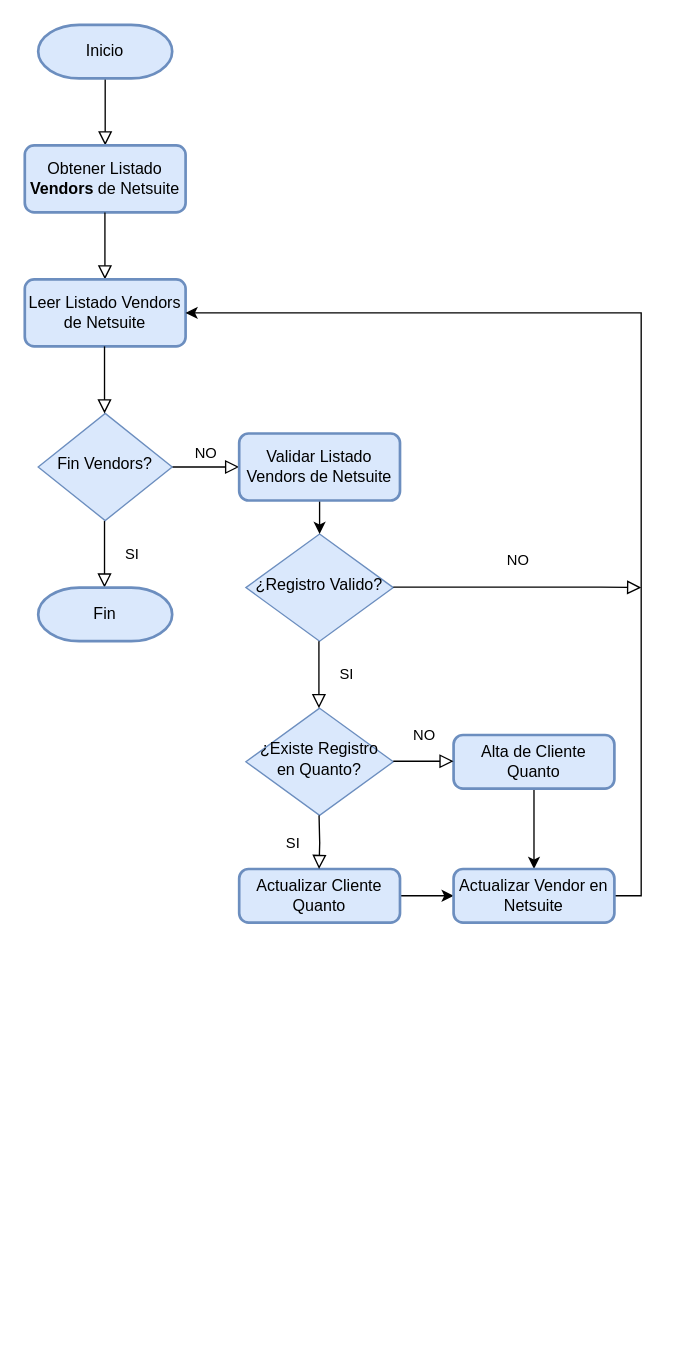
Before: page "Proveedores" (1 of 4) of Interfaz Clientes Quanto.drawio in evasquezm87/Diagramas, a draw.io diagram. Source tidied: cells renumbered, new cells numbered last; positions are measured from the earlier drawing's top-left corner, leaving out a move shared by most shapes. Both pictures are drawn from the tidied source at 134%, with x=0, y=0 at pixel (24, 24).
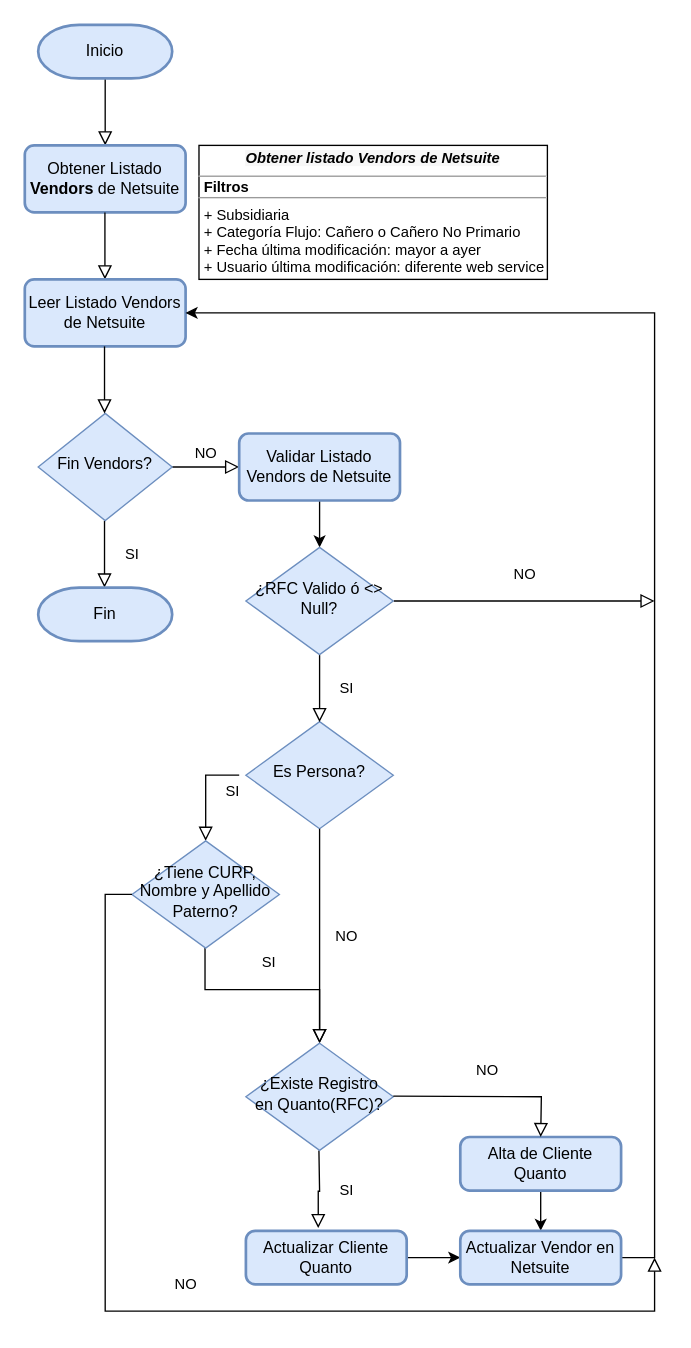
After the change.

Unchanged cells that the change refers to:
```xml
<mxCell id="18" value="Leer Listado Vendors de Netsuite" style="rounded=1;whiteSpace=wrap;html=1;absoluteArcSize=1;arcSize=14;strokeWidth=2;fillColor=#dae8fc;strokeColor=#6c8ebf;" parent="1" vertex="1">
  <mxGeometry y="190" width="120" height="50" as="geometry" />
</mxCell>
<mxCell id="21" value="Validar Listado Vendors de Netsuite" style="rounded=1;whiteSpace=wrap;html=1;absoluteArcSize=1;arcSize=14;strokeWidth=2;fillColor=#dae8fc;strokeColor=#6c8ebf;" parent="1" vertex="1">
  <mxGeometry x="160" y="305" width="120" height="50" as="geometry" />
</mxCell>
```

Change to the diagram source:
```diff
@@
-    <mxCell id="8" value="¿Registro Valido?" style="rhombus;whiteSpace=wrap;html=1;shadow=0;fontFamily=Helvetica;fontSize=12;align=center;strokeWidth=1;spacing=6;spacingTop=-4;fillColor=#dae8fc;strokeColor=#6c8ebf;" parent="1" vertex="1">
-      <mxGeometry x="165" y="380" width="110" height="80" as="geometry" />
-    </mxCell>
@@
     <mxCell id="10" value="Actualizar Cliente Quanto" style="rounded=1;whiteSpace=wrap;html=1;absoluteArcSize=1;arcSize=14;strokeWidth=2;fillColor=#dae8fc;strokeColor=#6c8ebf;" parent="1" vertex="1">
-      <mxGeometry x="160" y="630" width="120" height="40" as="geometry" />
+      <mxGeometry x="165" y="900" width="120" height="40" as="geometry" />
     </mxCell>
-    <mxCell id="11" value="¿Existe Registro en Quanto?" style="rhombus;whiteSpace=wrap;html=1;shadow=0;fontFamily=Helvetica;fontSize=12;align=center;strokeWidth=1;spacing=6;spacingTop=-4;fillColor=#dae8fc;strokeColor=#6c8ebf;" parent="1" vertex="1">
-      <mxGeometry x="165" y="510" width="110" height="80" as="geometry" />
-    </mxCell>
-    <mxCell id="12" value="SI" style="rounded=0;html=1;jettySize=auto;orthogonalLoop=1;fontSize=11;endArrow=block;endFill=0;endSize=8;strokeWidth=1;shadow=0;labelBackgroundColor=none;edgeStyle=orthogonalEdgeStyle;" parent="1" edge="1">
+    <mxCell id="12" value="SI" style="rounded=0;html=1;jettySize=auto;fontSize=11;endArrow=block;endFill=0;endSize=8;strokeWidth=1;shadow=0;labelBackgroundColor=none;edgeStyle=orthogonalEdgeStyle;entryX=0.45;entryY=-0.05;entryDx=0;entryDy=0;entryPerimeter=0;" parent="1" edge="1" target="10">
       <mxGeometry y="20" relative="1" as="geometry">
-        <mxPoint x="219.6" y="590" as="sourcePoint" />
-        <mxPoint x="219.6" y="630" as="targetPoint" />
+        <mxPoint x="219.5" y="840" as="sourcePoint" />
       </mxGeometry>
     </mxCell>
-    <mxCell id="13" style="edgeStyle=orthogonalEdgeStyle;rounded=0;jettySize=auto;html=1;exitX=0.5;exitY=1;exitDx=0;exitDy=0;entryX=0.5;entryY=0;entryDx=0;entryDy=0;fontSize=12;" parent="1" edge="1" source="14" target="25">
-      <mxGeometry relative="1" as="geometry" />
+    <mxCell id="13" style="edgeStyle=orthogonalEdgeStyle;rounded=0;jettySize=auto;html=1;exitX=0.5;exitY=1;exitDx=0;exitDy=0;fontSize=12;" parent="1" edge="1" source="14">
+      <mxGeometry relative="1" as="geometry">
+        <mxPoint x="385" y="900" as="targetPoint" />
+      </mxGeometry>
     </mxCell>
     <mxCell id="14" value="Alta de Cliente Quanto" style="rounded=1;whiteSpace=wrap;html=1;absoluteArcSize=1;arcSize=14;strokeWidth=2;fillColor=#dae8fc;strokeColor=#6c8ebf;" parent="1" vertex="1">
-      <mxGeometry x="320" y="530" width="120" height="40" as="geometry" />
+      <mxGeometry x="325" y="830" width="120" height="40" as="geometry" />
     </mxCell>
-    <mxCell id="15" value="NO" style="rounded=0;html=1;jettySize=auto;orthogonalLoop=1;fontSize=11;endArrow=block;endFill=0;endSize=8;strokeWidth=1;shadow=0;labelBackgroundColor=none;edgeStyle=orthogonalEdgeStyle;exitX=1;exitY=0.5;exitDx=0;exitDy=0;" parent="1" edge="1">
-      <mxGeometry y="20" relative="1" as="geometry">
-        <mxPoint x="275" y="549.6" as="sourcePoint" />
-        <mxPoint x="320" y="549.6" as="targetPoint" />
-      </mxGeometry>
-    </mxCell>
@@
-    <mxCell id="20" style="edgeStyle=orthogonalEdgeStyle;rounded=0;jettySize=auto;html=1;fontSize=12;" parent="1" edge="1" source="21" target="8">
-      <mxGeometry relative="1" as="geometry" />
+    <mxCell id="20" style="edgeStyle=orthogonalEdgeStyle;rounded=0;jettySize=auto;html=1;fontSize=12;" parent="1" edge="1" source="21">
+      <mxGeometry relative="1" as="geometry">
+        <mxPoint x="220" y="390" as="targetPoint" />
+      </mxGeometry>
     </mxCell>
@@
     <mxCell id="22" value="SI" style="rounded=0;html=1;jettySize=auto;orthogonalLoop=1;fontSize=11;endArrow=block;endFill=0;endSize=8;strokeWidth=1;shadow=0;labelBackgroundColor=none;edgeStyle=orthogonalEdgeStyle;" parent="1" edge="1">
       <mxGeometry y="20" relative="1" as="geometry">
-        <mxPoint x="219.5" y="460" as="sourcePoint" />
-        <mxPoint x="219.5" y="510" as="targetPoint" />
+        <mxPoint x="134.5" y="689" as="sourcePoint" />
+        <mxPoint x="220" y="760" as="targetPoint" />
+        <Array as="points">
+          <mxPoint x="135" y="720" />
+          <mxPoint x="220" y="720" />
+        </Array>
       </mxGeometry>
     </mxCell>
-    <mxCell id="23" value="NO" style="rounded=0;html=1;jettySize=auto;orthogonalLoop=1;fontSize=11;endArrow=block;endFill=0;endSize=8;strokeWidth=1;shadow=0;labelBackgroundColor=none;edgeStyle=orthogonalEdgeStyle;exitX=1;exitY=0.5;exitDx=0;exitDy=0;" parent="1" edge="1">
-      <mxGeometry y="20" relative="1" as="geometry">
-        <mxPoint x="275" y="419.6" as="sourcePoint" />
-        <mxPoint x="460" y="420" as="targetPoint" />
-        <Array as="points">
-          <mxPoint x="430" y="420" />
-          <mxPoint x="430" y="420" />
-        </Array>
-      </mxGeometry>
-    </mxCell>
     <mxCell id="24" style="edgeStyle=orthogonalEdgeStyle;rounded=0;jettySize=auto;html=1;exitX=1;exitY=0.5;exitDx=0;exitDy=0;entryX=1;entryY=0.5;entryDx=0;entryDy=0;fontSize=12;" parent="1" edge="1" source="25" target="18">
-      <mxGeometry relative="1" as="geometry" />
+      <mxGeometry relative="1" as="geometry">
+        <Array as="points">
+          <mxPoint x="470" y="920" />
+          <mxPoint x="470" y="215" />
+        </Array>
+      </mxGeometry>
     </mxCell>
     <mxCell id="25" value="Actualizar Vendor en Netsuite" style="rounded=1;whiteSpace=wrap;html=1;absoluteArcSize=1;arcSize=14;strokeWidth=2;fillColor=#dae8fc;strokeColor=#6c8ebf;" parent="1" vertex="1">
-      <mxGeometry x="320" y="630" width="120" height="40" as="geometry" />
+      <mxGeometry x="325" y="900" width="120" height="40" as="geometry" />
     </mxCell>
+    <mxCell id="26" value="¿RFC Valido ó &amp;lt;&amp;gt; Null?" style="rhombus;whiteSpace=wrap;html=1;shadow=0;fontFamily=Helvetica;fontSize=12;align=center;strokeWidth=1;spacing=6;spacingTop=-4;fillColor=#dae8fc;strokeColor=#6c8ebf;" parent="1" vertex="1">
+      <mxGeometry x="165" y="390" width="110" height="80" as="geometry" />
+    </mxCell>
+    <mxCell id="27" value="Es Persona?" style="rhombus;whiteSpace=wrap;html=1;shadow=0;fontFamily=Helvetica;fontSize=12;align=center;strokeWidth=1;spacing=6;spacingTop=-4;fillColor=#dae8fc;strokeColor=#6c8ebf;" parent="1" vertex="1">
+      <mxGeometry x="165" y="520" width="110" height="80" as="geometry" />
+    </mxCell>
+    <mxCell id="28" value="SI" style="rounded=0;html=1;jettySize=auto;orthogonalLoop=1;fontSize=11;endArrow=block;endFill=0;endSize=8;strokeWidth=1;shadow=0;labelBackgroundColor=none;edgeStyle=orthogonalEdgeStyle;" parent="1" edge="1">
+      <mxGeometry y="20" relative="1" as="geometry">
+        <mxPoint x="220" y="470.4" as="sourcePoint" />
+        <mxPoint x="220" y="520.4" as="targetPoint" />
+      </mxGeometry>
+    </mxCell>
+    <mxCell id="29" value="NO" style="rounded=0;html=1;jettySize=auto;orthogonalLoop=1;fontSize=11;endArrow=block;endFill=0;endSize=8;strokeWidth=1;shadow=0;labelBackgroundColor=none;edgeStyle=orthogonalEdgeStyle;exitX=1;exitY=0.5;exitDx=0;exitDy=0;" parent="1" edge="1">
+      <mxGeometry y="20" relative="1" as="geometry">
+        <mxPoint x="275.5" y="430" as="sourcePoint" />
+        <mxPoint x="470" y="430" as="targetPoint" />
+        <Array as="points">
+          <mxPoint x="430.5" y="430.4" />
+          <mxPoint x="430.5" y="430.4" />
+        </Array>
+      </mxGeometry>
+    </mxCell>
+    <mxCell id="30" value="SI" style="rounded=0;html=1;jettySize=auto;fontSize=11;endArrow=block;endFill=0;endSize=8;strokeWidth=1;shadow=0;labelBackgroundColor=none;edgeStyle=orthogonalEdgeStyle;entryX=0.5;entryY=0;entryDx=0;entryDy=0;" parent="1" edge="1" target="32">
+      <mxGeometry y="20" relative="1" as="geometry">
+        <mxPoint x="160" y="560" as="sourcePoint" />
+        <Array as="points">
+          <mxPoint x="135" y="560" />
+        </Array>
+      </mxGeometry>
+    </mxCell>
+    <mxCell id="31" value="NO" style="rounded=0;html=1;jettySize=auto;fontSize=11;endArrow=block;endFill=0;endSize=8;strokeWidth=1;shadow=0;labelBackgroundColor=none;edgeStyle=orthogonalEdgeStyle;exitX=0.5;exitY=1;exitDx=0;exitDy=0;entryX=0.5;entryY=0;entryDx=0;entryDy=0;" parent="1" edge="1" source="27" target="11">
+      <mxGeometry y="20" relative="1" as="geometry" />
+    </mxCell>
+    <mxCell id="32" value="¿Tiene CURP, Nombre y Apellido Paterno?" style="rhombus;whiteSpace=wrap;html=1;shadow=0;fontFamily=Helvetica;fontSize=12;align=center;strokeWidth=1;spacing=6;spacingTop=-4;fillColor=#dae8fc;strokeColor=#6c8ebf;" parent="1" vertex="1">
+      <mxGeometry x="80" y="609" width="110" height="80" as="geometry" />
+    </mxCell>
+    <mxCell id="11" value="¿Existe Registro en Quanto(RFC)?" style="rhombus;whiteSpace=wrap;html=1;shadow=0;fontFamily=Helvetica;fontSize=12;align=center;strokeWidth=1;spacing=6;spacingTop=-4;fillColor=#dae8fc;strokeColor=#6c8ebf;" parent="1" vertex="1">
+      <mxGeometry x="165" y="760" width="110" height="80" as="geometry" />
+    </mxCell>
+    <mxCell id="33" value="NO" style="rounded=0;html=1;jettySize=auto;orthogonalLoop=1;fontSize=11;endArrow=block;endFill=0;endSize=8;strokeWidth=1;shadow=0;labelBackgroundColor=none;edgeStyle=orthogonalEdgeStyle;exitX=1;exitY=0.5;exitDx=0;exitDy=0;" parent="1" edge="1">
+      <mxGeometry y="20" relative="1" as="geometry">
+        <mxPoint x="275" y="799.5" as="sourcePoint" />
+        <mxPoint x="385" y="830" as="targetPoint" />
+      </mxGeometry>
+    </mxCell>
+    <mxCell id="34" value="NO" style="rounded=0;html=1;jettySize=auto;fontSize=11;endArrow=block;endFill=0;endSize=8;strokeWidth=1;shadow=0;labelBackgroundColor=none;edgeStyle=orthogonalEdgeStyle;exitX=0;exitY=0.5;exitDx=0;exitDy=0;" parent="1" edge="1" source="32">
+      <mxGeometry y="20" relative="1" as="geometry">
+        <mxPoint x="470" y="920" as="targetPoint" />
+        <Array as="points">
+          <mxPoint x="60" y="649" />
+          <mxPoint x="60" y="960" />
+          <mxPoint x="470" y="960" />
+        </Array>
+      </mxGeometry>
+    </mxCell>
+    <mxCell id="35" value="&lt;p style=&quot;margin: 4px 0px 0px; text-align: center; font-size: 11px;&quot;&gt;&lt;font style=&quot;font-size: 11px;&quot;&gt;&lt;i style=&quot;&quot;&gt;&lt;b style=&quot;background-color: rgb(247, 247, 247);&quot;&gt;Obtener listado Vendors de Netsuite&lt;/b&gt;&lt;/i&gt;&lt;br&gt;&lt;/font&gt;&lt;/p&gt;&lt;hr style=&quot;font-size: 11px;&quot; size=&quot;1&quot;&gt;&lt;p style=&quot;margin: 0px 0px 0px 4px; line-height: 0.4; font-size: 11px;&quot;&gt;&lt;b&gt;&lt;font style=&quot;font-size: 11px;&quot;&gt;Filtros&lt;/font&gt;&lt;/b&gt;&lt;/p&gt;&lt;hr style=&quot;font-size: 11px;&quot; size=&quot;1&quot;&gt;&lt;p style=&quot;margin: 0px 0px 0px 4px; font-size: 11px;&quot;&gt;&lt;font style=&quot;font-size: 11px;&quot;&gt;+ Subsidiaria&lt;br&gt;+ Categoría Flujo: Cañero o Cañero No Primario&lt;/font&gt;&lt;/p&gt;&lt;p style=&quot;margin: 0px 0px 0px 4px; font-size: 11px;&quot;&gt;&lt;font style=&quot;font-size: 11px;&quot;&gt;+ Fecha última modificación: mayor a ayer&lt;/font&gt;&lt;/p&gt;&lt;p style=&quot;margin: 0px 0px 0px 4px; font-size: 11px;&quot;&gt;&lt;font style=&quot;font-size: 11px;&quot;&gt;+ Usuario última modificación: diferente web service&lt;/font&gt;&lt;/p&gt;&lt;p style=&quot;margin: 0px 0px 0px 4px; font-size: 11px;&quot;&gt;&lt;br&gt;&lt;/p&gt;" style="verticalAlign=top;align=left;overflow=fill;fontSize=12;fontFamily=Helvetica;html=1;" parent="1" vertex="1">
+      <mxGeometry x="130" y="90" width="260" height="100" as="geometry" />
+    </mxCell>
```
